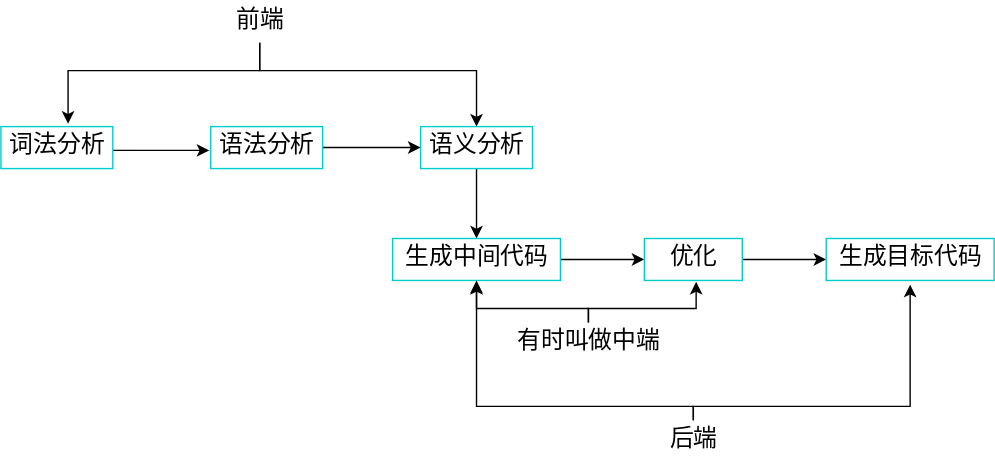
This is emacs Diagram.drawio.svg from prehonor/document, a draw.io export, as it was before one commit. Source tidied: cells renumbered, new cells last; positions are measured from the earlier drawing's top-left corner, leaving out a move shared by most shapes.
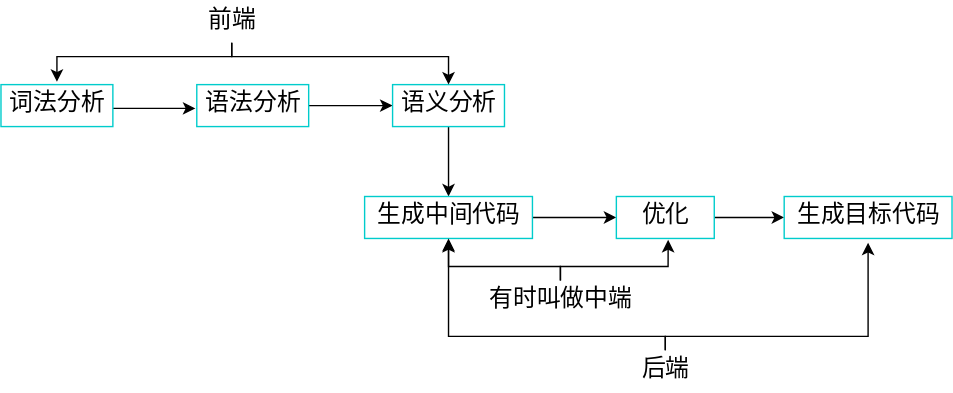
After the change.

What changed in the source:
```diff
@@ -11,13 +11,13 @@
       </mxGeometry>
     </mxCell>
     <mxCell id="3" value="词法分析" style="text;html=1;align=center;verticalAlign=middle;points=[];fillColor=none;strokeColor=#00CCCC;rounded=0;fontFamily=Courier New;fontSize=17;labelBorderColor=none;" parent="1" vertex="1">
-      <mxGeometry y="90" width="80" height="30" as="geometry" />
+      <mxGeometry x="20" y="90" width="80" height="30" as="geometry" />
     </mxCell>
     <mxCell id="4" style="edgeStyle=orthogonalEdgeStyle;rounded=0;jettySize=auto;html=1;fontFamily=Courier New;fontSize=17;labelBorderColor=none;" parent="1" edge="1" source="5" target="7">
       <mxGeometry relative="1" as="geometry" />
     </mxCell>
     <mxCell id="5" value="语法分析" style="text;html=1;align=center;verticalAlign=middle;points=[];fillColor=none;strokeColor=#00CCCC;rounded=0;fontFamily=Courier New;fontSize=17;labelBorderColor=none;" parent="1" vertex="1">
-      <mxGeometry x="150" y="90" width="80" height="30" as="geometry" />
+      <mxGeometry x="160" y="90" width="80" height="30" as="geometry" />
     </mxCell>
     <mxCell id="6" style="edgeStyle=orthogonalEdgeStyle;rounded=0;jettySize=auto;html=1;fontFamily=Courier New;fontSize=17;labelBorderColor=#00FFFF;" parent="1" edge="1" source="7" target="12">
       <mxGeometry relative="1" as="geometry" />
@@ -25,24 +25,25 @@
     <mxCell id="7" value="语义分析" style="text;html=1;align=center;verticalAlign=middle;points=[];fillColor=none;strokeColor=#00CCCC;rounded=0;fontFamily=Courier New;fontSize=17;labelBorderColor=none;" parent="1" vertex="1">
       <mxGeometry x="300" y="90" width="80" height="30" as="geometry" />
     </mxCell>
-    <mxCell id="8" style="edgeStyle=orthogonalEdgeStyle;rounded=0;jettySize=auto;html=1;entryX=0.6;entryY=-0.067;entryDx=0;entryDy=0;entryPerimeter=0;fontFamily=Courier New;fontSize=17;" parent="1" edge="1" source="10" target="3">
+    <mxCell id="8" style="edgeStyle=orthogonalEdgeStyle;rounded=0;jettySize=auto;html=1;fontFamily=Courier New;fontSize=17;" parent="1" edge="1" source="10">
       <mxGeometry relative="1" as="geometry">
+        <mxPoint x="60" y="88" as="targetPoint" />
         <Array as="points">
-          <mxPoint x="185" y="50" />
-          <mxPoint x="48" y="50" />
+          <mxPoint x="185" y="70" />
+          <mxPoint x="60" y="70" />
         </Array>
       </mxGeometry>
     </mxCell>
     <mxCell id="9" style="edgeStyle=orthogonalEdgeStyle;rounded=0;jettySize=auto;html=1;fontFamily=Courier New;fontSize=17;" parent="1" edge="1" source="10" target="7">
       <mxGeometry relative="1" as="geometry">
         <Array as="points">
-          <mxPoint x="185" y="50" />
-          <mxPoint x="340" y="50" />
+          <mxPoint x="185" y="70" />
+          <mxPoint x="340" y="70" />
         </Array>
       </mxGeometry>
     </mxCell>
     <mxCell id="10" value="前端" style="text;html=1;align=center;verticalAlign=middle;points=[];fillColor=none;strokeColor=none;rounded=0;fontFamily=Courier New;fontSize=17;" parent="1" vertex="1">
-      <mxGeometry x="160" width="50" height="30" as="geometry" />
+      <mxGeometry x="160" y="30" width="50" height="30" as="geometry" />
     </mxCell>
     <mxCell id="11" style="edgeStyle=orthogonalEdgeStyle;rounded=0;jettySize=auto;html=1;fontFamily=Courier New;fontSize=17;labelBorderColor=#00FFFF;" parent="1" edge="1" source="12" target="14">
       <mxGeometry relative="1" as="geometry" />
@@ -57,7 +58,7 @@
       <mxGeometry x="460" y="170" width="70" height="30" as="geometry" />
     </mxCell>
     <mxCell id="15" value="生成目标代码" style="text;html=1;align=center;verticalAlign=middle;points=[];fillColor=none;strokeColor=#00CCCC;rounded=0;fontFamily=Courier New;fontSize=17;" parent="1" vertex="1">
-      <mxGeometry x="590" y="170" width="120" height="30" as="geometry" />
+      <mxGeometry x="580" y="170" width="120" height="30" as="geometry" />
     </mxCell>
     <mxCell id="16" style="edgeStyle=orthogonalEdgeStyle;rounded=0;jettySize=auto;html=1;fontFamily=Courier New;fontSize=17;" parent="1" edge="1" source="18" target="12">
       <mxGeometry relative="1" as="geometry">
@@ -81,22 +82,21 @@
     <mxCell id="19" style="edgeStyle=orthogonalEdgeStyle;rounded=0;jettySize=auto;html=1;entryX=0.5;entryY=1.033;entryDx=0;entryDy=0;entryPerimeter=0;fontFamily=Courier New;fontSize=17;" parent="1" edge="1" source="21" target="12">
       <mxGeometry relative="1" as="geometry">
         <Array as="points">
-          <mxPoint x="495" y="290" />
-          <mxPoint x="340" y="290" />
+          <mxPoint x="495" y="270" />
+          <mxPoint x="340" y="270" />
         </Array>
       </mxGeometry>
     </mxCell>
-    <mxCell id="20" style="edgeStyle=orthogonalEdgeStyle;rounded=0;jettySize=auto;html=1;fontFamily=Courier New;fontSize=17;" parent="1" edge="1" source="21">
+    <mxCell id="20" style="edgeStyle=orthogonalEdgeStyle;rounded=0;jettySize=auto;html=1;fontFamily=Courier New;fontSize=17;entryX=0.5;entryY=1.1;entryDx=0;entryDy=0;entryPerimeter=0;" parent="1" edge="1" source="21" target="15">
       <mxGeometry relative="1" as="geometry">
-        <mxPoint x="650" y="203" as="targetPoint" />
         <Array as="points">
-          <mxPoint x="495" y="290" />
-          <mxPoint x="650" y="290" />
+          <mxPoint x="495" y="270" />
+          <mxPoint x="640" y="270" />
         </Array>
       </mxGeometry>
     </mxCell>
     <mxCell id="21" value="后端" style="text;html=1;align=center;verticalAlign=middle;points=[];fillColor=none;strokeColor=none;rounded=0;fontFamily=Courier New;fontSize=17;" parent="1" vertex="1">
-      <mxGeometry x="470" y="300" width="50" height="30" as="geometry" />
+      <mxGeometry x="470" y="280" width="50" height="30" as="geometry" />
     </mxCell>
   </root>
 </mxGraphModel>
```
